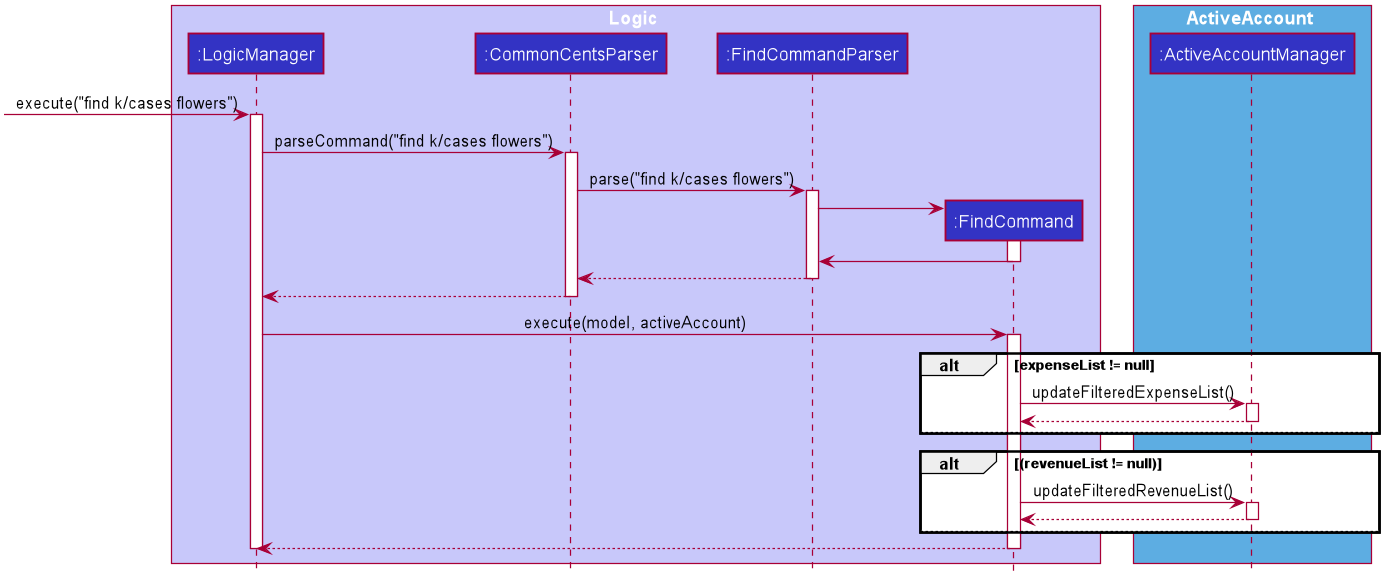
This is docs/images/FindSequenceDiagram.png from nus-cs2103-AY2021S1/tp, a PlantUML export, as it was before one commit.
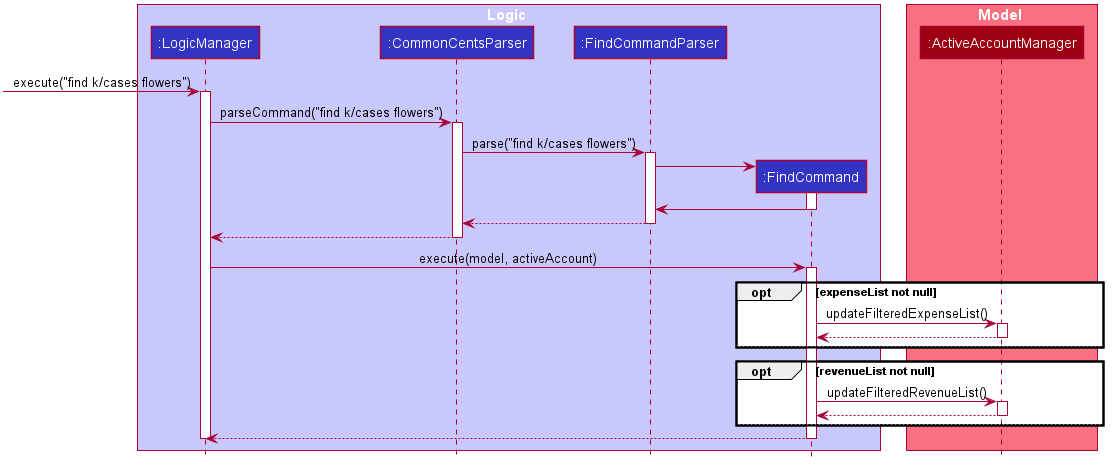
After the change.

What changed in the source:
```diff
@@ -56,8 +56,8 @@
 participant ":FindCommand" as FindCommand #3333C4
 end box
 
-box ActiveAccount #5DADE2
-participant ":ActiveAccountManager" as ActiveAccount #3333C4
+box Model #F97181
+participant ":ActiveAccountManager" as ActiveAccount #9D0012
 end box
 
 [-> LogicManager : execute("find k/cases flowers")
@@ -85,7 +85,7 @@
 LogicManager -> FindCommand: execute(model, activeAccount)
 activate FindCommand
 
-alt expenseList != null
+opt expenseList not null
 FindCommand -> ActiveAccount: updateFilteredExpenseList()
 activate ActiveAccount
 
@@ -94,7 +94,7 @@
 else
 end
 
-alt (revenueList != null)
+opt revenueList not null
 FindCommand -> ActiveAccount: updateFilteredRevenueList()
 activate ActiveAccount
 
```
